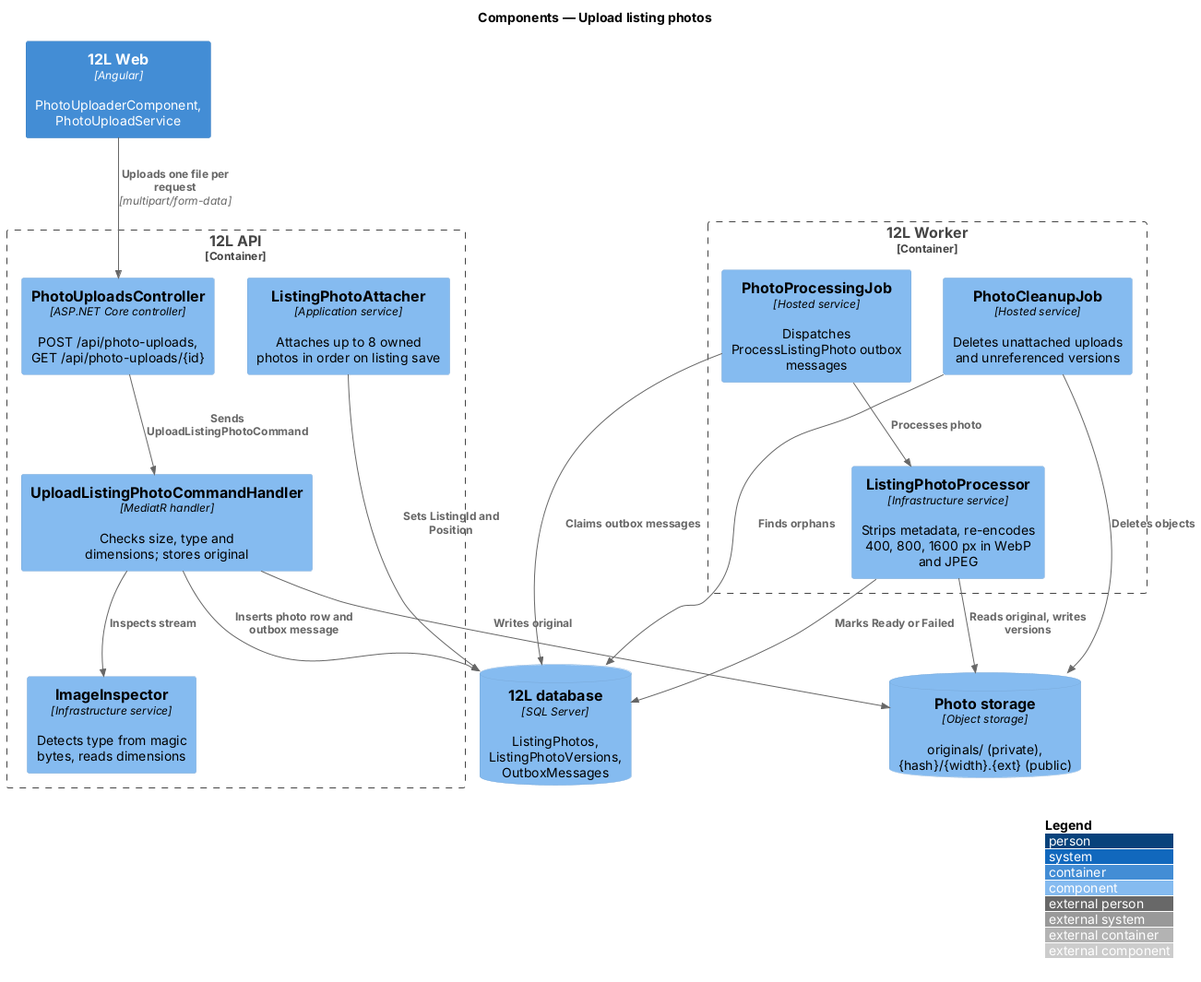
The PlantUML diagram docs/detailed-designs/listings/upload-listing-photos/diagrams/c4-component.png in QuinntyneBrown/12l, before a commit.
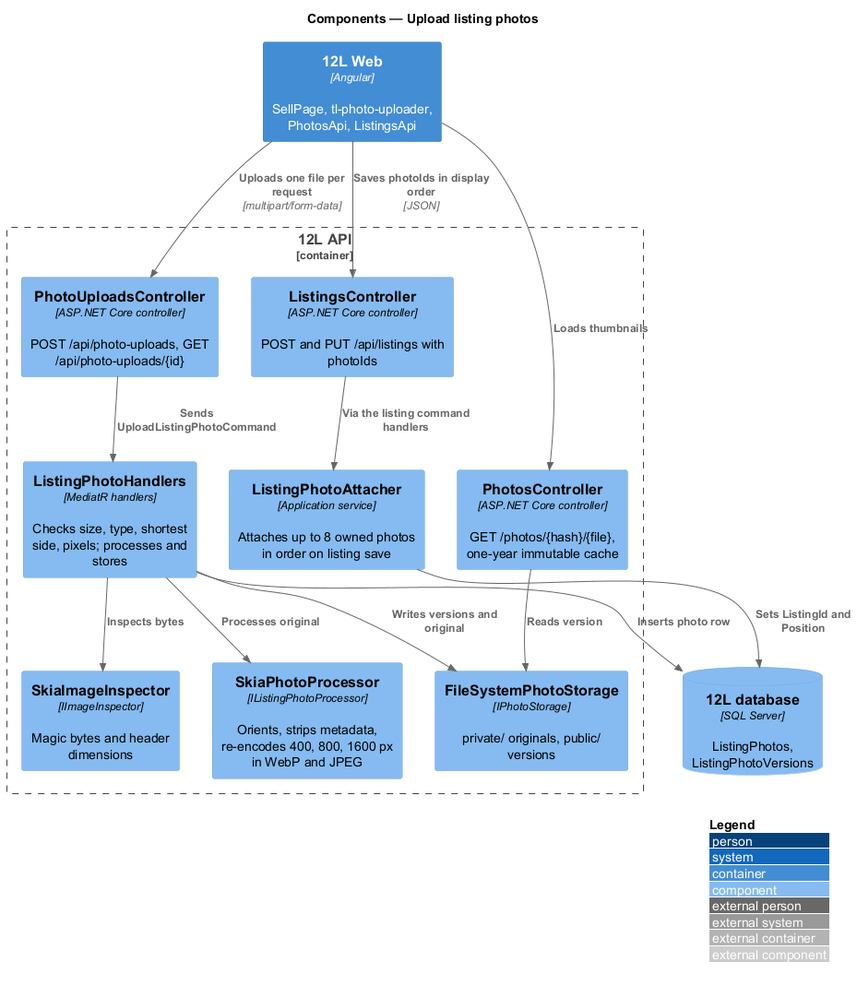
Later version of the same file.

Change to the diagram source:
```diff
@@ -3,31 +3,28 @@
 LAYOUT_WITH_LEGEND()
 title Components — Upload listing photos
 
-Container(web, "12L Web", "Angular", "PhotoUploaderComponent, PhotoUploadService")
+Container(web, "12L Web", "Angular", "SellPage, tl-photo-uploader, PhotosApi, ListingsApi")
 Container_Boundary(api, "12L API") {
   Component(ctrl, "PhotoUploadsController", "ASP.NET Core controller", "POST /api/photo-uploads, GET /api/photo-uploads/{id}")
-  Component(handler, "UploadListingPhotoCommandHandler", "MediatR handler", "Checks size, type and dimensions; stores original")
-  Component(sniffer, "ImageInspector", "Infrastructure service", "Detects type from magic bytes, reads dimensions")
+  Component(photos, "PhotosController", "ASP.NET Core controller", "GET /photos/{hash}/{file}, one-year immutable cache")
+  Component(listings, "ListingsController", "ASP.NET Core controller", "POST and PUT /api/listings with photoIds")
+  Component(handler, "ListingPhotoHandlers", "MediatR handlers", "Checks size, type, shortest side, pixels; processes and stores")
   Component(attach, "ListingPhotoAttacher", "Application service", "Attaches up to 8 owned photos in order on listing save")
+  Component(inspector, "SkiaImageInspector", "IImageInspector", "Magic bytes and header dimensions")
+  Component(proc, "SkiaPhotoProcessor", "IListingPhotoProcessor", "Orients, strips metadata, re-encodes 400, 800, 1600 px in WebP and JPEG")
+  Component(store, "FileSystemPhotoStorage", "IPhotoStorage", "private/ originals, public/ versions")
 }
-Container_Boundary(worker, "12L Worker") {
-  Component(job, "PhotoProcessingJob", "Hosted service", "Dispatches ProcessListingPhoto outbox messages")
-  Component(proc, "ListingPhotoProcessor", "Infrastructure service", "Strips metadata, re-encodes 400, 800, 1600 px in WebP and JPEG")
-  Component(cleanup, "PhotoCleanupJob", "Hosted service", "Deletes unattached uploads and unreferenced versions")
-}
-ComponentDb(db, "12L database", "SQL Server", "ListingPhotos, ListingPhotoVersions, OutboxMessages")
-ComponentDb(storage, "Photo storage", "Object storage", "originals/ (private), {hash}/{width}.{ext} (public)")
+ComponentDb(db, "12L database", "SQL Server", "ListingPhotos, ListingPhotoVersions")
 
 Rel(web, ctrl, "Uploads one file per request", "multipart/form-data")
+Rel(web, listings, "Saves photoIds in display order", "JSON")
+Rel(web, photos, "Loads thumbnails")
 Rel(ctrl, handler, "Sends UploadListingPhotoCommand")
-Rel(handler, sniffer, "Inspects stream")
-Rel(handler, storage, "Writes original")
-Rel(handler, db, "Inserts photo row and outbox message")
-Rel(job, db, "Claims outbox messages")
-Rel(job, proc, "Processes photo")
-Rel(proc, storage, "Reads original, writes versions")
-Rel(proc, db, "Marks Ready or Failed")
-Rel(cleanup, db, "Finds orphans")
-Rel(cleanup, storage, "Deletes objects")
+Rel(handler, inspector, "Inspects bytes")
+Rel(handler, proc, "Processes original")
+Rel(handler, store, "Writes versions and original")
+Rel(handler, db, "Inserts photo row")
+Rel(listings, attach, "Via the listing command handlers")
 Rel(attach, db, "Sets ListingId and Position")
+Rel(photos, store, "Reads version")
 @enduml
```
